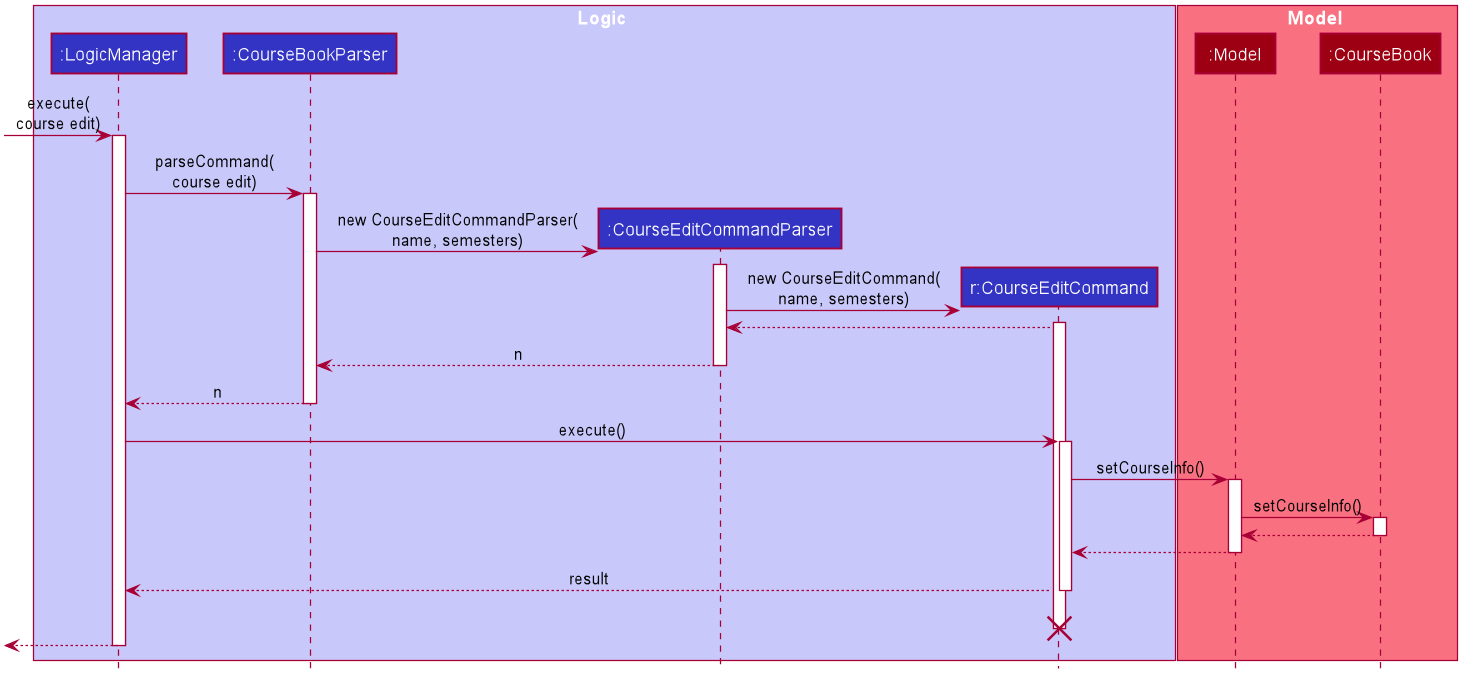
Above: docs/images/developer-guide/CourseEditSequenceDiagram.png in yjskrs/main (PlantUML), before the change.
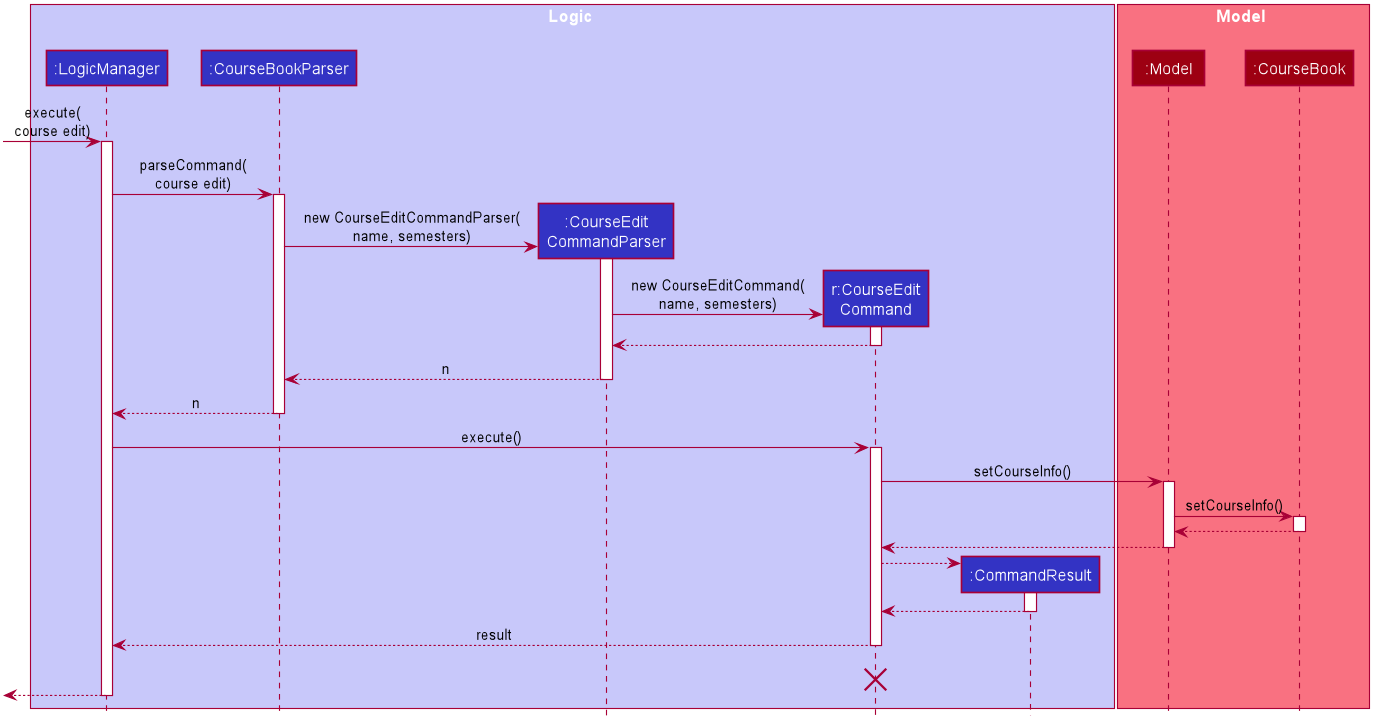
The same diagram one commit later.

What changed in the source:
```diff
@@ -53,8 +53,9 @@
 box Logic #C8C8FA
 participant ":LogicManager" as LogicManager #3333C4
 participant ":CourseBookParser" as CourseBookParser #3333C4
-participant ":CourseEditCommandParser" as CourseEditCommandParser #3333C4
-participant "r:CourseEditCommand" as CourseEditCommand #3333C4
+participant ":CourseEdit\nCommandParser" as CourseEditCommandParser #3333C4
+participant "r:CourseEdit\nCommand" as CourseEditCommand #3333C4
+participant ":CommandResult" as CommandResult #3333C4
 end box
 
 box Model #F97181
@@ -77,6 +78,8 @@
 activate CourseEditCommand
 
 CourseEditCommand --> CourseEditCommandParser
+deactivate CourseEditCommand
+
 CourseEditCommandParser --> CourseBookParser : n
 deactivate CourseEditCommandParser
 
@@ -98,6 +101,12 @@
 Model --> CourseEditCommand
 deactivate Model
 
+create CommandResult
+CourseEditCommand --> CommandResult
+activate CommandResult
+CommandResult --> CourseEditCommand
+deactivate CommandResult
+
 CourseEditCommand --> LogicManager : result
 deactivate CourseEditCommand
 CourseEditCommand -[hidden]-> LogicManager : result
```
